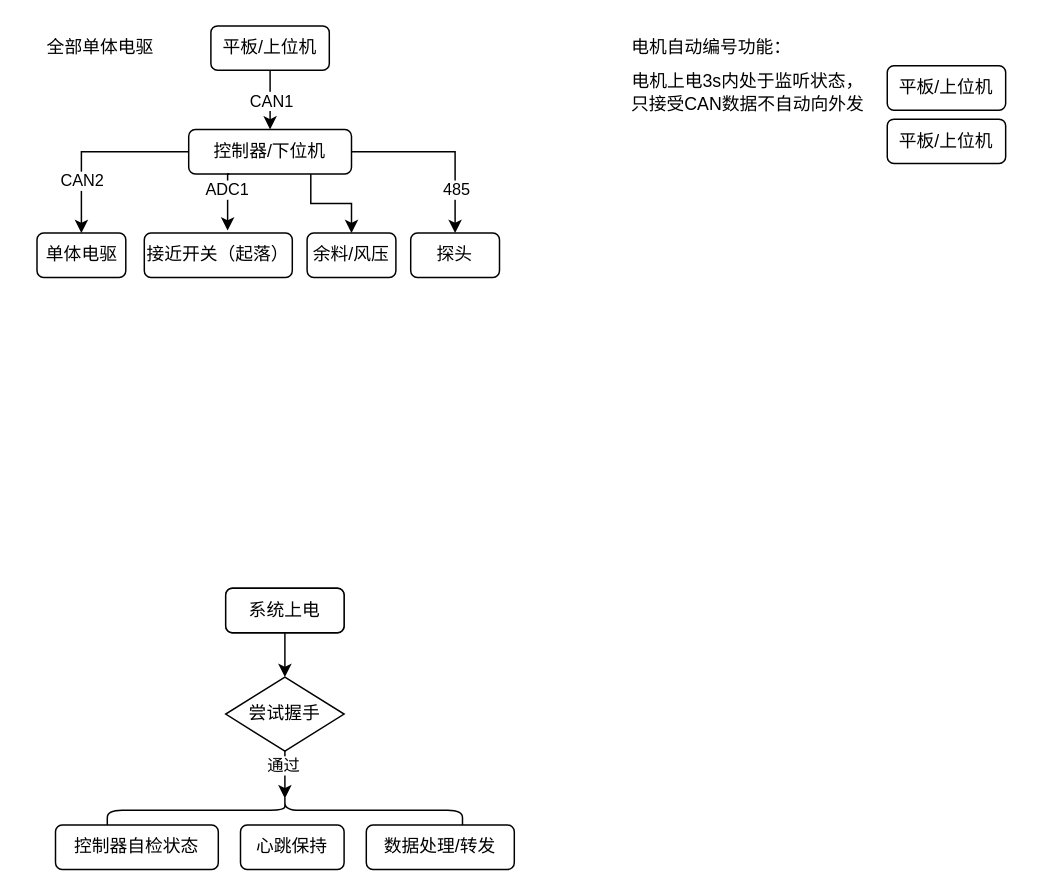
Hanye1108/drawio keeps this draw.io diagram as SZ_播种.drawio. Above is the earlier version. Source tidied: cells renumbered, new cells numbered last; positions are measured from the earlier drawing's top-left corner, leaving out a move shared by most shapes. Both pictures are drawn from the tidied source at 148%, with x=0, y=0 at pixel (25, 25).
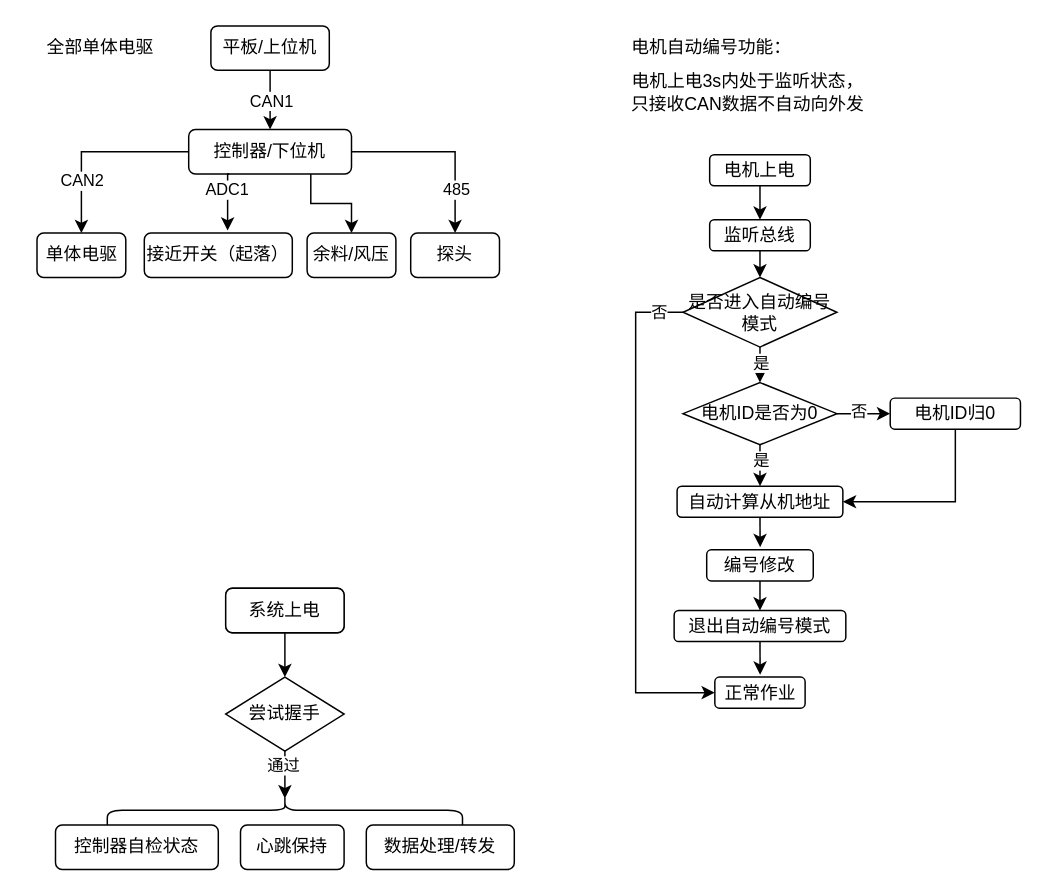
The same page after the edit.

Change to the diagram source:
```diff
@@
+    <mxCell id="32" style="edgeStyle=orthogonalEdgeStyle;rounded=0;jettySize=auto;html=1;exitX=0.5;exitY=1;exitDx=0;exitDy=0;entryX=0.5;entryY=0;entryDx=0;entryDy=0;" parent="1" edge="1" source="28" target="34">
+      <mxGeometry relative="1" as="geometry" />
+    </mxCell>
-    <mxCell id="28" value="平板/上位机" style="rounded=1;whiteSpace=wrap;html=1;" parent="1" vertex="1">
-      <mxGeometry x="582" y="27" width="80" height="30" as="geometry" />
+    <mxCell id="28" value="电机上电" style="rounded=1;whiteSpace=wrap;html=1;" parent="1" vertex="1">
+      <mxGeometry x="462" y="87" width="68" height="21" as="geometry" />
     </mxCell>
@@
-    <mxCell id="30" value="平板/上位机" style="rounded=1;whiteSpace=wrap;html=1;" parent="1" vertex="1">
-      <mxGeometry x="582" y="63" width="80" height="30" as="geometry" />
-    </mxCell>
-    <mxCell id="31" value="电机上电3s内处于监听状态，只接受CAN数据不自动向外发" style="text;html=1;align=center;verticalAlign=middle;whiteSpace=wrap;rounded=0;" parent="1" vertex="1">
+    <mxCell id="31" value="电机上电3s内处于监听状态，只接收CAN数据不自动向外发" style="text;html=1;align=center;verticalAlign=middle;whiteSpace=wrap;rounded=0;" parent="1" vertex="1">
       <mxGeometry x="408" y="30" width="160" height="30" as="geometry" />
     </mxCell>
+    <mxCell id="33" style="edgeStyle=orthogonalEdgeStyle;rounded=0;jettySize=auto;html=1;exitX=0.5;exitY=1;exitDx=0;exitDy=0;entryX=0.5;entryY=0;entryDx=0;entryDy=0;" parent="1" edge="1" source="34" target="39">
+      <mxGeometry relative="1" as="geometry" />
+    </mxCell>
+    <mxCell id="34" value="监听总线" style="rounded=1;whiteSpace=wrap;html=1;" parent="1" vertex="1">
+      <mxGeometry x="462" y="131" width="68" height="21" as="geometry" />
+    </mxCell>
+    <mxCell id="35" style="edgeStyle=orthogonalEdgeStyle;rounded=0;jettySize=auto;html=1;exitX=0.5;exitY=1;exitDx=0;exitDy=0;entryX=0.5;entryY=0;entryDx=0;entryDy=0;" parent="1" edge="1" source="39" target="48">
+      <mxGeometry relative="1" as="geometry" />
+    </mxCell>
+    <mxCell id="36" value="是" style="edgeLabel;html=1;align=center;verticalAlign=middle;" parent="35" vertex="1">
+      <mxGeometry x="-0.17" relative="1" as="geometry" />
+    </mxCell>
+    <mxCell id="37" style="edgeStyle=orthogonalEdgeStyle;rounded=0;jettySize=auto;html=1;exitX=0;exitY=0.5;exitDx=0;exitDy=0;entryX=0;entryY=0.5;entryDx=0;entryDy=0;" parent="1" edge="1" source="39" target="53">
+      <mxGeometry relative="1" as="geometry">
+        <Array as="points">
+          <mxPoint x="412" y="193" />
+          <mxPoint x="412" y="451" />
+        </Array>
+      </mxGeometry>
+    </mxCell>
+    <mxCell id="38" value="否" style="edgeLabel;html=1;align=center;verticalAlign=middle;" parent="37" vertex="1">
+      <mxGeometry x="-0.9" relative="1" as="geometry" />
+    </mxCell>
+    <mxCell id="39" value="是否进入自动编号模式" style="rhombus;whiteSpace=wrap;html=1;" parent="1" vertex="1">
+      <mxGeometry x="444" y="170" width="104" height="47" as="geometry" />
+    </mxCell>
+    <mxCell id="40" style="edgeStyle=orthogonalEdgeStyle;rounded=0;jettySize=auto;html=1;exitX=0.5;exitY=1;exitDx=0;exitDy=0;" parent="1" edge="1" source="41">
+      <mxGeometry relative="1" as="geometry">
+        <mxPoint x="496.1" y="352.2" as="targetPoint" />
+      </mxGeometry>
+    </mxCell>
+    <mxCell id="41" value="自动计算从机地址" style="rounded=1;whiteSpace=wrap;html=1;" parent="1" vertex="1">
+      <mxGeometry x="440" y="311" width="112" height="21" as="geometry" />
+    </mxCell>
+    <mxCell id="42" style="edgeStyle=orthogonalEdgeStyle;rounded=0;jettySize=auto;html=1;exitX=0.5;exitY=1;exitDx=0;exitDy=0;entryX=1;entryY=0.5;entryDx=0;entryDy=0;" parent="1" edge="1" source="43" target="41">
+      <mxGeometry relative="1" as="geometry" />
+    </mxCell>
+    <mxCell id="43" value="电机ID归0" style="rounded=1;whiteSpace=wrap;html=1;" parent="1" vertex="1">
+      <mxGeometry x="584" y="251.5" width="88" height="21" as="geometry" />
+    </mxCell>
+    <mxCell id="44" style="edgeStyle=orthogonalEdgeStyle;rounded=0;jettySize=auto;html=1;exitX=1;exitY=0.5;exitDx=0;exitDy=0;entryX=0;entryY=0.5;entryDx=0;entryDy=0;" parent="1" edge="1" source="48" target="43">
+      <mxGeometry relative="1" as="geometry" />
+    </mxCell>
+    <mxCell id="45" value="否" style="edgeLabel;html=1;align=center;verticalAlign=middle;" parent="44" vertex="1">
+      <mxGeometry x="-0.24" y="2" relative="1" as="geometry" />
+    </mxCell>
+    <mxCell id="46" style="edgeStyle=orthogonalEdgeStyle;rounded=0;jettySize=auto;html=1;exitX=0.5;exitY=1;exitDx=0;exitDy=0;entryX=0.5;entryY=0;entryDx=0;entryDy=0;" parent="1" edge="1" source="48" target="41">
+      <mxGeometry relative="1" as="geometry" />
+    </mxCell>
+    <mxCell id="47" value="是" style="edgeLabel;html=1;align=center;verticalAlign=middle;" parent="46" vertex="1">
+      <mxGeometry x="-0.31" relative="1" as="geometry" />
+    </mxCell>
+    <mxCell id="48" value="电机ID是否为0" style="rhombus;whiteSpace=wrap;html=1;" parent="1" vertex="1">
+      <mxGeometry x="444" y="241" width="104" height="42" as="geometry" />
+    </mxCell>
+    <mxCell id="49" style="edgeStyle=orthogonalEdgeStyle;rounded=0;jettySize=auto;html=1;exitX=0.5;exitY=1;exitDx=0;exitDy=0;entryX=0.5;entryY=0;entryDx=0;entryDy=0;" parent="1" edge="1" source="50" target="52">
+      <mxGeometry relative="1" as="geometry" />
+    </mxCell>
+    <mxCell id="50" value="编号修改" style="rounded=1;whiteSpace=wrap;html=1;" parent="1" vertex="1">
+      <mxGeometry x="460" y="354" width="72" height="21" as="geometry" />
+    </mxCell>
+    <mxCell id="51" style="edgeStyle=orthogonalEdgeStyle;rounded=0;jettySize=auto;html=1;exitX=0.5;exitY=1;exitDx=0;exitDy=0;" parent="1" edge="1" source="52">
+      <mxGeometry relative="1" as="geometry">
+        <mxPoint x="496.1" y="438.4" as="targetPoint" />
+      </mxGeometry>
+    </mxCell>
+    <mxCell id="52" value="退出自动编号模式" style="rounded=1;whiteSpace=wrap;html=1;" parent="1" vertex="1">
+      <mxGeometry x="438" y="395" width="116" height="21" as="geometry" />
+    </mxCell>
+    <mxCell id="53" value="正常作业" style="rounded=1;whiteSpace=wrap;html=1;" parent="1" vertex="1">
+      <mxGeometry x="465.5" y="440" width="61" height="21" as="geometry" />
+    </mxCell>
```
